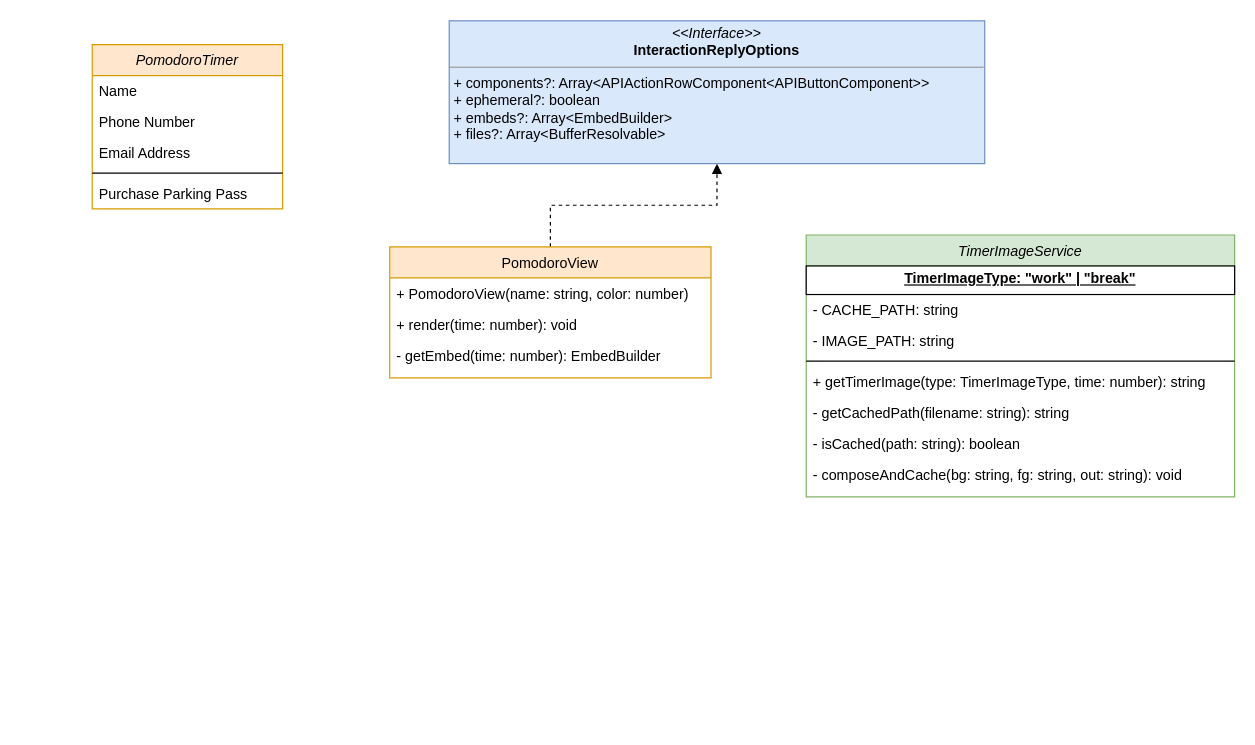
Earlier version of the draw.io diagram PoomClassDiagram.drawio (asror1/poom-bot). Source tidied: cells renumbered, new cells numbered last; positions are measured from the earlier drawing's top-left corner, leaving out a move shared by most shapes. Both pictures are drawn from the tidied source at 119%, with x=0, y=0 at pixel (92, 20).
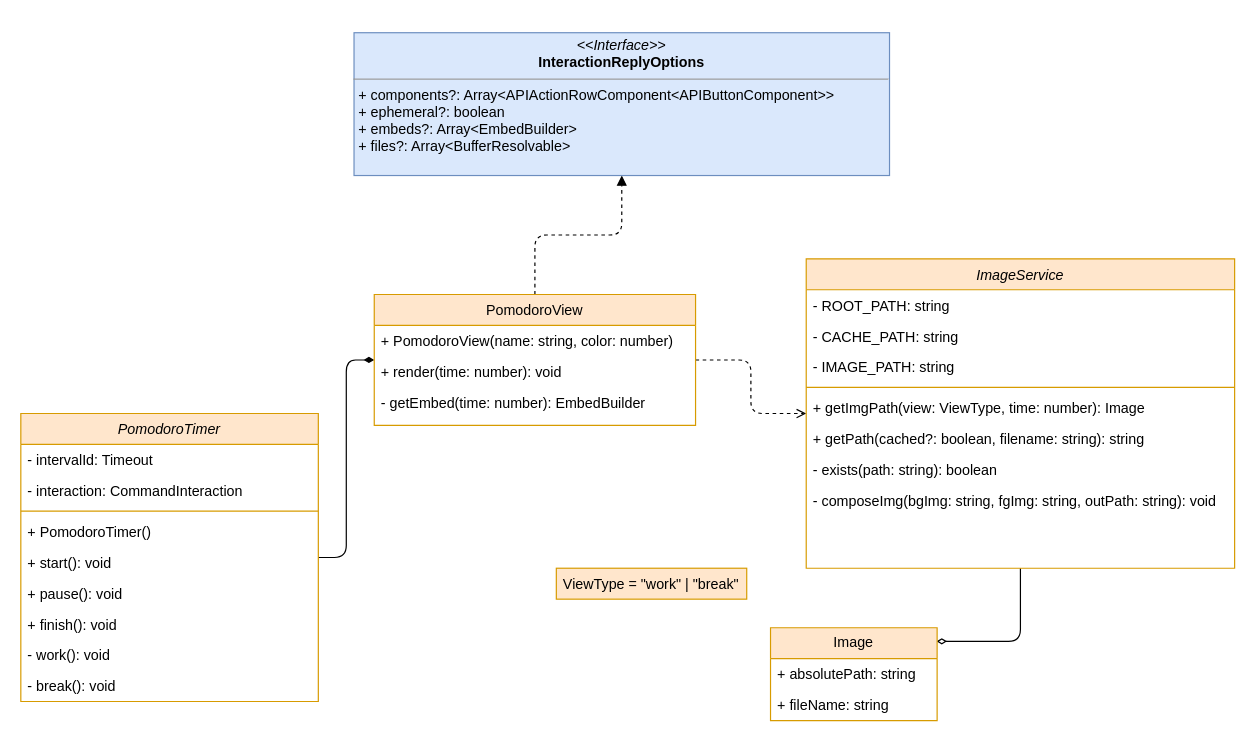
After the change.

The edit, as a diff of the source:
```diff
@@
+    <mxCell id="23" style="edgeStyle=orthogonalEdgeStyle;rounded=1;jettySize=auto;html=1;endArrow=diamondThin;endFill=1;" parent="1" edge="1" source="2" target="9">
+      <mxGeometry relative="1" as="geometry" />
+    </mxCell>
     <mxCell id="2" value="PomodoroTimer" style="swimlane;fontStyle=2;align=center;verticalAlign=top;horizontal=1;startSize=26;rounded=0;shadow=0;strokeWidth=1;fillColor=#ffe6cc;strokeColor=#d79b00;" parent="1" vertex="1">
-      <mxGeometry y="20" width="160" height="138" as="geometry" />
+      <mxGeometry x="-60" y="330" width="250" height="242" as="geometry" />
     </mxCell>
-    <mxCell id="3" value="Name" style="text;align=left;verticalAlign=top;spacingLeft=4;spacingRight=4;overflow=hidden;" parent="2" vertex="1">
-      <mxGeometry y="26" width="160" height="26" as="geometry" />
-    </mxCell>
-    <mxCell id="4" value="Phone Number" style="text;align=left;verticalAlign=top;spacingLeft=4;spacingRight=4;overflow=hidden;rounded=0;shadow=0;html=0;" parent="2" vertex="1">
-      <mxGeometry y="52" width="160" height="26" as="geometry" />
-    </mxCell>
-    <mxCell id="5" value="Email Address" style="text;align=left;verticalAlign=top;spacingLeft=4;spacingRight=4;overflow=hidden;rounded=0;shadow=0;html=0;" parent="2" vertex="1">
-      <mxGeometry y="78" width="160" height="26" as="geometry" />
-    </mxCell>
-    <mxCell id="6" style="line;html=1;strokeWidth=1;align=left;verticalAlign=middle;spacingTop=-1;spacingLeft=3;spacingRight=3;labelPosition=right;" parent="2" vertex="1">
-      <mxGeometry y="104" width="160" height="8" as="geometry" />
-    </mxCell>
+    <mxCell id="24" value="- intervalId: Timeout" style="text;align=left;verticalAlign=top;spacingLeft=4;spacingRight=4;overflow=hidden;" parent="2" vertex="1">
+      <mxGeometry y="26" width="250" height="26" as="geometry" />
+    </mxCell>
+    <mxCell id="25" value="- interaction: CommandInteraction" style="text;align=left;verticalAlign=top;spacingLeft=4;spacingRight=4;overflow=hidden;" parent="2" vertex="1">
+      <mxGeometry y="52" width="250" height="26" as="geometry" />
+    </mxCell>
+    <mxCell id="26" style="line;strokeWidth=1;fillColor=none;align=left;verticalAlign=middle;spacingTop=-1;spacingLeft=3;spacingRight=3;labelPosition=right;strokeColor=inherit;" parent="2" vertex="1">
+      <mxGeometry y="78" width="250" height="8" as="geometry" />
+    </mxCell>
+    <mxCell id="27" value="+ PomodoroTimer()" style="text;align=left;verticalAlign=top;spacingLeft=4;spacingRight=4;overflow=hidden;" parent="2" vertex="1">
+      <mxGeometry y="86" width="250" height="26" as="geometry" />
+    </mxCell>
-    <mxCell id="7" value="Purchase Parking Pass" style="text;align=left;verticalAlign=top;spacingLeft=4;spacingRight=4;overflow=hidden;" parent="2" vertex="1">
-      <mxGeometry y="112" width="160" height="26" as="geometry" />
+    <mxCell id="7" value="+ start(): void" style="text;align=left;verticalAlign=top;spacingLeft=4;spacingRight=4;overflow=hidden;" parent="2" vertex="1">
+      <mxGeometry y="112" width="250" height="26" as="geometry" />
     </mxCell>
+    <mxCell id="28" value="+ pause(): void" style="text;align=left;verticalAlign=top;spacingLeft=4;spacingRight=4;overflow=hidden;" parent="2" vertex="1">
+      <mxGeometry y="138" width="250" height="26" as="geometry" />
+    </mxCell>
+    <mxCell id="29" value="+ finish(): void" style="text;align=left;verticalAlign=top;spacingLeft=4;spacingRight=4;overflow=hidden;" parent="2" vertex="1">
+      <mxGeometry y="164" width="250" height="26" as="geometry" />
+    </mxCell>
+    <mxCell id="30" value="- work(): void" style="text;align=left;verticalAlign=top;spacingLeft=4;spacingRight=4;overflow=hidden;" parent="2" vertex="1">
+      <mxGeometry y="190" width="250" height="26" as="geometry" />
+    </mxCell>
+    <mxCell id="31" value="- break(): void" style="text;align=left;verticalAlign=top;spacingLeft=4;spacingRight=4;overflow=hidden;" parent="2" vertex="1">
+      <mxGeometry y="216" width="250" height="26" as="geometry" />
+    </mxCell>
-    <mxCell id="8" style="edgeStyle=orthogonalEdgeStyle;rounded=0;jettySize=auto;html=1;dashed=1;endArrow=block;endFill=1;" parent="1" edge="1" source="9" target="13">
+    <mxCell id="8" style="edgeStyle=orthogonalEdgeStyle;rounded=1;jettySize=auto;html=1;dashed=1;endArrow=block;endFill=1;" parent="1" edge="1" source="9" target="13">
       <mxGeometry relative="1" as="geometry" />
     </mxCell>
+    <mxCell id="32" style="edgeStyle=orthogonalEdgeStyle;rounded=1;jettySize=auto;html=1;dashed=1;endArrow=open;endFill=0;" parent="1" edge="1" source="9" target="14">
+      <mxGeometry relative="1" as="geometry" />
+    </mxCell>
     <mxCell id="9" value="PomodoroView" style="swimlane;fontStyle=0;align=center;verticalAlign=top;horizontal=1;startSize=26;rounded=0;shadow=0;strokeWidth=1;fillColor=#ffe6cc;strokeColor=#d79b00;" parent="1" vertex="1">
-      <mxGeometry x="250" y="190" width="270" height="110" as="geometry" />
+      <mxGeometry x="237" y="230" width="270" height="110" as="geometry" />
     </mxCell>
@@
     <mxCell id="13" value="&lt;p style=&quot;margin:0px;margin-top:4px;text-align:center;&quot;&gt;&lt;i&gt;&amp;lt;&amp;lt;Interface&amp;gt;&amp;gt;&lt;/i&gt;&lt;br&gt;&lt;b&gt;InteractionReplyOptions&lt;/b&gt;&lt;/p&gt;&lt;hr size=&quot;1&quot;&gt;&lt;p style=&quot;margin:0px;margin-left:4px;&quot;&gt;+ components?: Array&amp;lt;APIActionRowComponent&amp;lt;APIButtonComponent&amp;gt;&amp;gt;&lt;/p&gt;&lt;p style=&quot;margin:0px;margin-left:4px;&quot;&gt;&lt;span style=&quot;font-size: 12px;&quot;&gt;+ ephemeral?: boolean&lt;/span&gt;&lt;/p&gt;&lt;p style=&quot;margin:0px;margin-left:4px;&quot;&gt;&lt;span style=&quot;font-size: 12px;&quot;&gt;+ embeds?: Array&amp;lt;EmbedBuilder&amp;gt;&lt;/span&gt;&lt;/p&gt;&lt;p style=&quot;margin:0px;margin-left:4px;&quot;&gt;&lt;span style=&quot;font-size: 12px;&quot;&gt;+ files?: Array&amp;lt;BufferResolvable&amp;gt;&lt;/span&gt;&lt;/p&gt;&lt;div&gt;&lt;br&gt;&lt;/div&gt;" style="verticalAlign=top;align=left;overflow=fill;fontSize=12;fontFamily=Helvetica;html=1;whiteSpace=wrap;fillColor=#dae8fc;strokeColor=#6c8ebf;" parent="1" vertex="1">
-      <mxGeometry x="300" width="450" height="120" as="geometry" />
+      <mxGeometry x="220" y="10" width="450" height="120" as="geometry" />
     </mxCell>
+    <mxCell id="33" style="edgeStyle=orthogonalEdgeStyle;rounded=1;jettySize=auto;html=1;entryX=0.996;entryY=0.147;entryDx=0;entryDy=0;entryPerimeter=0;endArrow=diamondThin;endFill=0;" parent="1" edge="1" source="14" target="36">
+      <mxGeometry relative="1" as="geometry" />
+    </mxCell>
-    <mxCell id="14" value="TimerImageService" style="swimlane;fontStyle=2;align=center;verticalAlign=top;horizontal=1;startSize=26;rounded=0;shadow=0;strokeWidth=1;fillColor=#d5e8d4;strokeColor=#82b366;" parent="1" vertex="1">
-      <mxGeometry x="600" y="180" width="360" height="220" as="geometry" />
+    <mxCell id="14" value="ImageService" style="swimlane;fontStyle=2;align=center;verticalAlign=top;horizontal=1;startSize=26;rounded=0;shadow=0;strokeWidth=1;fillColor=#ffe6cc;strokeColor=#d79b00;" parent="1" vertex="1">
+      <mxGeometry x="600" y="200" width="360" height="260" as="geometry" />
     </mxCell>
-    <mxCell id="15" value="&lt;p style=&quot;margin:0px;margin-top:4px;text-align:center;text-decoration:underline;&quot;&gt;&lt;b&gt;TimerImageType: &quot;work&quot; | &quot;break&quot;&lt;/b&gt;&lt;/p&gt;&lt;hr&gt;&lt;p style=&quot;margin:0px;margin-left:8px;&quot;&gt;&lt;br&gt;&lt;/p&gt;" style="verticalAlign=top;align=left;overflow=fill;fontSize=12;fontFamily=Helvetica;html=1;whiteSpace=wrap;" parent="14" vertex="1">
-      <mxGeometry y="26" width="360" height="24" as="geometry" />
-    </mxCell>
+    <mxCell id="34" value="- ROOT_PATH: string" style="text;align=left;verticalAlign=top;spacingLeft=4;spacingRight=4;overflow=hidden;rounded=0;shadow=0;html=0;" parent="14" vertex="1">
+      <mxGeometry y="26" width="360" height="26" as="geometry" />
+    </mxCell>
     <mxCell id="16" value="- CACHE_PATH: string" style="text;align=left;verticalAlign=top;spacingLeft=4;spacingRight=4;overflow=hidden;" parent="14" vertex="1">
-      <mxGeometry y="50" width="360" height="26" as="geometry" />
+      <mxGeometry y="52" width="360" height="26" as="geometry" />
     </mxCell>
     <mxCell id="17" value="- IMAGE_PATH: string" style="text;align=left;verticalAlign=top;spacingLeft=4;spacingRight=4;overflow=hidden;rounded=0;shadow=0;html=0;" parent="14" vertex="1">
-      <mxGeometry y="76" width="360" height="26" as="geometry" />
+      <mxGeometry y="78" width="360" height="26" as="geometry" />
     </mxCell>
-    <mxCell id="18" style="line;html=1;strokeWidth=1;align=left;verticalAlign=middle;spacingTop=-1;spacingLeft=3;spacingRight=3;labelPosition=right;" parent="14" vertex="1">
-      <mxGeometry y="102" width="360" height="8" as="geometry" />
+    <mxCell id="18" style="line;html=1;strokeWidth=1;align=left;verticalAlign=middle;spacingTop=-1;spacingLeft=3;spacingRight=3;labelPosition=right;fillColor=#ffe6cc;strokeColor=#d79b00;" parent="14" vertex="1">
+      <mxGeometry y="104" width="360" height="8" as="geometry" />
     </mxCell>
-    <mxCell id="19" value="+ getTimerImage(type: TimerImageType, time: number): string" style="text;align=left;verticalAlign=top;spacingLeft=4;spacingRight=4;overflow=hidden;" parent="14" vertex="1">
-      <mxGeometry y="110" width="360" height="26" as="geometry" />
+    <mxCell id="19" value="+ getImgPath(view: ViewType, time: number): Image" style="text;align=left;verticalAlign=top;spacingLeft=4;spacingRight=4;overflow=hidden;" parent="14" vertex="1">
+      <mxGeometry y="112" width="360" height="26" as="geometry" />
     </mxCell>
-    <mxCell id="20" value="- getCachedPath(filename: string): string" style="text;align=left;verticalAlign=top;spacingLeft=4;spacingRight=4;overflow=hidden;" parent="14" vertex="1">
-      <mxGeometry y="136" width="360" height="26" as="geometry" />
-    </mxCell>
+    <mxCell id="35" value="+ getPath(cached?: boolean, filename: string): string" style="text;align=left;verticalAlign=top;spacingLeft=4;spacingRight=4;overflow=hidden;" parent="14" vertex="1">
+      <mxGeometry y="138" width="360" height="26" as="geometry" />
+    </mxCell>
-    <mxCell id="21" value="- isCached(path: string): boolean" style="text;align=left;verticalAlign=top;spacingLeft=4;spacingRight=4;overflow=hidden;" parent="14" vertex="1">
-      <mxGeometry y="162" width="360" height="26" as="geometry" />
+    <mxCell id="21" value="- exists(path: string): boolean" style="text;align=left;verticalAlign=top;spacingLeft=4;spacingRight=4;overflow=hidden;" parent="14" vertex="1">
+      <mxGeometry y="164" width="360" height="26" as="geometry" />
     </mxCell>
-    <mxCell id="22" value="- composeAndCache(bg: string, fg: string, out: string): void" style="text;align=left;verticalAlign=top;spacingLeft=4;spacingRight=4;overflow=hidden;" parent="14" vertex="1">
-      <mxGeometry y="188" width="360" height="26" as="geometry" />
+    <mxCell id="22" value="- composeImg(bgImg: string, fgImg: string, outPath: string): void" style="text;align=left;verticalAlign=top;spacingLeft=4;spacingRight=4;overflow=hidden;" parent="14" vertex="1">
+      <mxGeometry y="190" width="360" height="26" as="geometry" />
     </mxCell>
+    <mxCell id="36" value="Image" style="swimlane;fontStyle=0;horizontal=1;startSize=26;fillColor=#ffe6cc;whiteSpace=wrap;html=1;strokeColor=#d79b00;" parent="1" vertex="1">
+      <mxGeometry x="570" y="510" width="140" height="78" as="geometry" />
+    </mxCell>
+    <mxCell id="37" value="+ absolutePath: string" style="text;strokeColor=none;fillColor=none;align=left;verticalAlign=top;spacingLeft=4;spacingRight=4;overflow=hidden;whiteSpace=wrap;html=1;" parent="36" vertex="1">
+      <mxGeometry y="26" width="140" height="26" as="geometry" />
+    </mxCell>
+    <mxCell id="38" value="+ fileName: string" style="text;strokeColor=none;fillColor=none;align=left;verticalAlign=top;spacingLeft=4;spacingRight=4;overflow=hidden;whiteSpace=wrap;html=1;" parent="36" vertex="1">
+      <mxGeometry y="52" width="140" height="26" as="geometry" />
+    </mxCell>
+    <mxCell id="39" value="ViewType = &quot;work&quot; | &quot;break&quot;" style="text;align=left;verticalAlign=top;spacingLeft=4;spacingRight=4;overflow=hidden;rounded=0;shadow=0;html=0;fillColor=#ffe6cc;strokeColor=#d79b00;" parent="1" vertex="1">
+      <mxGeometry x="390" y="460" width="160" height="26" as="geometry" />
+    </mxCell>
```
